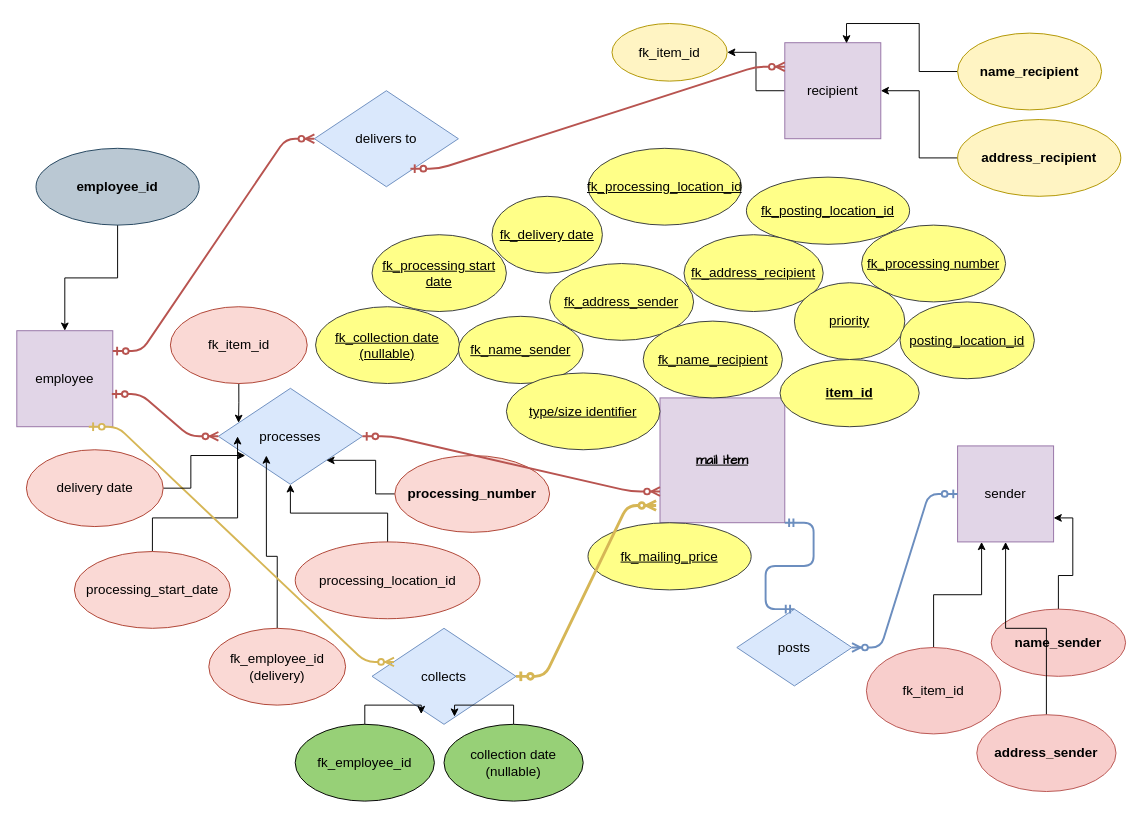
This is database_development_CR09/ERdiagram_CR09.drawio from Carina20/CFLMS-Carina-CodeReview-09, a draw.io file, before an edit. Source tidied: cells renumbered, new cells numbered last; positions are measured from the earlier drawing's top-left corner, leaving out a move shared by most shapes. Both pictures are drawn from the tidied source at 96%, with x=0, y=0 at pixel (16, 23).
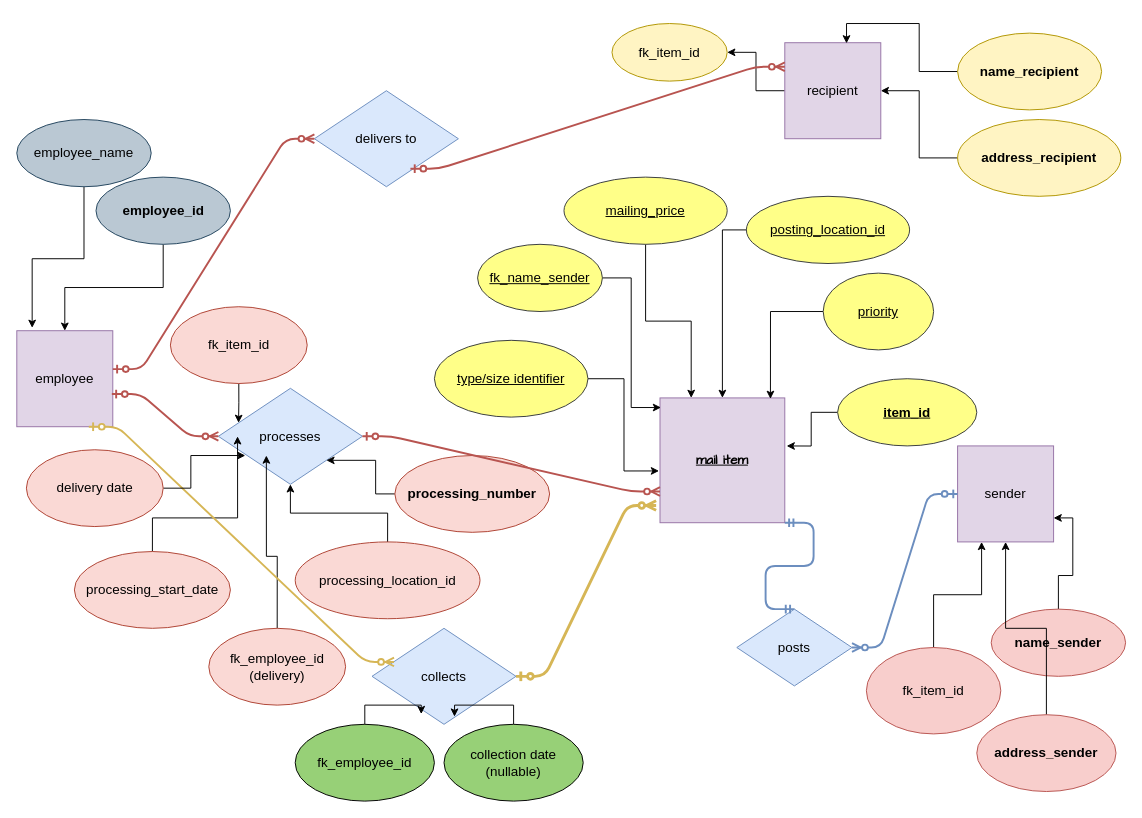
After the change.

The change refers to these unchanged cells:
```xml
<mxCell id="2" value="mail item" style="whiteSpace=wrap;html=1;fontSize=14;fillColor=#e1d5e7;strokeColor=#9673a6;fontFamily=Comic Sans MS;fontStyle=5;" parent="1" vertex="1">
  <mxGeometry x="670" y="390" width="130" height="130" as="geometry" />
</mxCell>
<mxCell id="3" value="employee" style="whiteSpace=wrap;html=1;fontSize=14;fillColor=#e1d5e7;strokeColor=#9673a6;" parent="1" vertex="1">
  <mxGeometry y="320" width="100" height="100" as="geometry" />
</mxCell>
<mxCell id="54" value="delivers to" style="rhombus;whiteSpace=wrap;html=1;fontSize=14;fillColor=#dae8fc;strokeColor=#6c8ebf;" parent="1" vertex="1">
  <mxGeometry x="310" y="70" width="150" height="100" as="geometry" />
</mxCell>
```

Change to the diagram source:
```diff
@@
     <mxCell id="32" value="employee_id" style="ellipse;whiteSpace=wrap;html=1;fillColor=#bac8d3;fontSize=14;strokeColor=#23445d;fontStyle=1;" parent="1" vertex="1">
-      <mxGeometry x="20" y="130" width="170" height="80" as="geometry" />
+      <mxGeometry x="82.5" y="160" width="140" height="70" as="geometry" />
     </mxCell>
-    <mxCell id="33" value="fk_processing start&lt;br&gt;date" style="ellipse;whiteSpace=wrap;html=1;fontSize=14;fillColor=#ffff88;strokeColor=#36393d;fontStyle=4;" parent="1" vertex="1">
-      <mxGeometry x="370" y="220" width="140" height="80" as="geometry" />
-    </mxCell>
+    <mxCell id="63" style="edgeStyle=orthogonalEdgeStyle;rounded=0;jettySize=auto;html=1;exitX=0;exitY=0.5;exitDx=0;exitDy=0;" parent="1" edge="1" source="34" target="2">
+      <mxGeometry relative="1" as="geometry" />
+    </mxCell>
-    <mxCell id="34" value="fk_posting_location_id" style="ellipse;whiteSpace=wrap;html=1;fontSize=14;fillColor=#ffff88;strokeColor=#36393d;fontStyle=4;" parent="1" vertex="1">
-      <mxGeometry x="760" y="160" width="170" height="70" as="geometry" />
+    <mxCell id="34" value="posting_location_id" style="ellipse;whiteSpace=wrap;html=1;fontSize=14;fillColor=#ffff88;strokeColor=#36393d;fontStyle=4;" parent="1" vertex="1">
+      <mxGeometry x="760" y="180" width="170" height="70" as="geometry" />
     </mxCell>
-    <mxCell id="35" value="fk_processing_location_id" style="ellipse;whiteSpace=wrap;html=1;fontSize=14;fillColor=#ffff88;strokeColor=#36393d;fontStyle=4;" parent="1" vertex="1">
-      <mxGeometry x="595" y="130" width="160" height="80" as="geometry" />
-    </mxCell>
-    <mxCell id="36" value="fk_delivery date" style="ellipse;whiteSpace=wrap;html=1;fontSize=14;fillColor=#ffff88;strokeColor=#36393d;fontStyle=4;" parent="1" vertex="1">
-      <mxGeometry x="495" y="180" width="115" height="80" as="geometry" />
-    </mxCell>
-    <mxCell id="37" value="fk_processing number" style="ellipse;whiteSpace=wrap;html=1;fontSize=14;fillColor=#ffff88;strokeColor=#36393d;fontStyle=4;" parent="1" vertex="1">
-      <mxGeometry x="880" y="210" width="150" height="80" as="geometry" />
-    </mxCell>
-    <mxCell id="38" value="fk_collection date&lt;br&gt;(nullable)" style="ellipse;whiteSpace=wrap;html=1;fontSize=14;fillColor=#ffff88;strokeColor=#36393d;fontStyle=4;" parent="1" vertex="1">
-      <mxGeometry x="311.2" y="295" width="150" height="80" as="geometry" />
-    </mxCell>
+    <mxCell id="64" style="edgeStyle=orthogonalEdgeStyle;rounded=0;jettySize=auto;html=1;entryX=1.015;entryY=0.385;entryDx=0;entryDy=0;entryPerimeter=0;" parent="1" edge="1" source="39" target="2">
+      <mxGeometry relative="1" as="geometry" />
+    </mxCell>
     <mxCell id="39" value="item_id" style="ellipse;whiteSpace=wrap;html=1;fontSize=14;fontStyle=5;fillColor=#ffff88;strokeColor=#36393d;" parent="1" vertex="1">
-      <mxGeometry x="795" y="350" width="145" height="70" as="geometry" />
+      <mxGeometry x="855" y="370" width="145" height="70" as="geometry" />
     </mxCell>
-    <mxCell id="40" value="fk_address_recipient" style="ellipse;whiteSpace=wrap;html=1;fontSize=14;fillColor=#ffff88;strokeColor=#36393d;fontStyle=4;" parent="1" vertex="1">
-      <mxGeometry x="695" y="220" width="145" height="80" as="geometry" />
-    </mxCell>
-    <mxCell id="41" value="fk_address_sender" style="ellipse;whiteSpace=wrap;html=1;fontSize=14;rotation=0;fillColor=#ffff88;strokeColor=#36393d;fontStyle=4;" parent="1" vertex="1">
-      <mxGeometry x="555" y="250" width="150" height="80" as="geometry" />
-    </mxCell>
+    <mxCell id="65" style="edgeStyle=orthogonalEdgeStyle;rounded=0;jettySize=auto;html=1;entryX=0.008;entryY=0.077;entryDx=0;entryDy=0;entryPerimeter=0;" parent="1" edge="1" source="42" target="2">
+      <mxGeometry relative="1" as="geometry" />
+    </mxCell>
     <mxCell id="42" value="fk_name_sender" style="ellipse;whiteSpace=wrap;html=1;fontSize=14;rotation=0;fillColor=#ffff88;strokeColor=#36393d;fontStyle=4;" parent="1" vertex="1">
-      <mxGeometry x="460" y="305" width="130" height="70" as="geometry" />
+      <mxGeometry x="480" y="230" width="130" height="70" as="geometry" />
     </mxCell>
-    <mxCell id="43" value="fk_name_recipient" style="ellipse;whiteSpace=wrap;html=1;fontSize=14;fillColor=#ffff88;strokeColor=#36393d;fontStyle=4;" parent="1" vertex="1">
-      <mxGeometry x="652.5" y="310" width="145" height="80" as="geometry" />
-    </mxCell>
+    <mxCell id="66" style="edgeStyle=orthogonalEdgeStyle;rounded=0;jettySize=auto;html=1;entryX=0.25;entryY=0;entryDx=0;entryDy=0;" parent="1" edge="1" source="44" target="2">
+      <mxGeometry relative="1" as="geometry" />
+    </mxCell>
-    <mxCell id="44" value="fk_mailing_price" style="ellipse;whiteSpace=wrap;html=1;fontSize=14;rotation=0;fillColor=#ffff88;strokeColor=#36393d;fontStyle=4;" parent="1" vertex="1">
-      <mxGeometry x="595" y="520" width="170" height="70" as="geometry" />
+    <mxCell id="44" value="mailing_price" style="ellipse;whiteSpace=wrap;html=1;fontSize=14;rotation=0;fillColor=#ffff88;strokeColor=#36393d;fontStyle=4;" parent="1" vertex="1">
+      <mxGeometry x="570" y="160" width="170" height="70" as="geometry" />
     </mxCell>
+    <mxCell id="67" style="edgeStyle=orthogonalEdgeStyle;rounded=0;jettySize=auto;html=1;entryX=-0.008;entryY=0.585;entryDx=0;entryDy=0;entryPerimeter=0;" parent="1" edge="1" source="45" target="2">
+      <mxGeometry relative="1" as="geometry" />
+    </mxCell>
     <mxCell id="45" value="type/size identifier" style="ellipse;whiteSpace=wrap;html=1;fontSize=14;rotation=0;fillColor=#ffff88;strokeColor=#36393d;fontStyle=4;" parent="1" vertex="1">
-      <mxGeometry x="510" y="364" width="160" height="80" as="geometry" />
+      <mxGeometry x="435" y="330" width="160" height="80" as="geometry" />
     </mxCell>
+    <mxCell id="68" style="edgeStyle=orthogonalEdgeStyle;rounded=0;jettySize=auto;html=1;entryX=0.885;entryY=0.008;entryDx=0;entryDy=0;entryPerimeter=0;" parent="1" edge="1" source="46" target="2">
+      <mxGeometry relative="1" as="geometry" />
+    </mxCell>
     <mxCell id="46" value="priority" style="ellipse;whiteSpace=wrap;html=1;fontSize=14;fillColor=#ffff88;strokeColor=#36393d;fontStyle=4;" parent="1" vertex="1">
-      <mxGeometry x="810" y="270" width="115" height="80" as="geometry" />
+      <mxGeometry x="840" y="260" width="115" height="80" as="geometry" />
     </mxCell>
@@
-    <mxCell id="55" style="edgeStyle=entityRelationEdgeStyle;fontSize=12;html=1;endArrow=ERzeroToMany;startArrow=ERzeroToOne;exitX=1;exitY=0.5;exitDx=0;exitDy=0;fillColor=#f8cecc;strokeColor=#b85450;strokeWidth=2;" parent="1" edge="1" target="54">
-      <mxGeometry relative="1" as="geometry">
-        <mxPoint x="100" y="341.2" as="sourcePoint" />
-      </mxGeometry>
+    <mxCell id="55" style="edgeStyle=entityRelationEdgeStyle;fontSize=12;html=1;endArrow=ERzeroToMany;startArrow=ERzeroToOne;exitX=1;exitY=0.4;exitDx=0;exitDy=0;fillColor=#f8cecc;strokeColor=#b85450;strokeWidth=2;exitPerimeter=0;" parent="1" edge="1" source="3" target="54">
+      <mxGeometry relative="1" as="geometry" />
     </mxCell>
@@
-    <mxCell id="57" value="posting_location_id" style="ellipse;whiteSpace=wrap;html=1;fontSize=14;fillColor=#ffff88;strokeColor=#36393d;fontStyle=4;" parent="1" vertex="1">
-      <mxGeometry x="920" y="290" width="140" height="80" as="geometry" />
-    </mxCell>
@@
+    <mxCell id="69" style="edgeStyle=orthogonalEdgeStyle;rounded=0;jettySize=auto;html=1;entryX=0.16;entryY=-0.03;entryDx=0;entryDy=0;entryPerimeter=0;" parent="1" edge="1" source="70" target="3">
+      <mxGeometry relative="1" as="geometry" />
+    </mxCell>
+    <mxCell id="70" value="employee_name" style="ellipse;whiteSpace=wrap;html=1;fillColor=#bac8d3;fontSize=14;strokeColor=#23445d;fontStyle=0;" parent="1" vertex="1">
+      <mxGeometry y="100" width="140" height="70" as="geometry" />
+    </mxCell>
```
